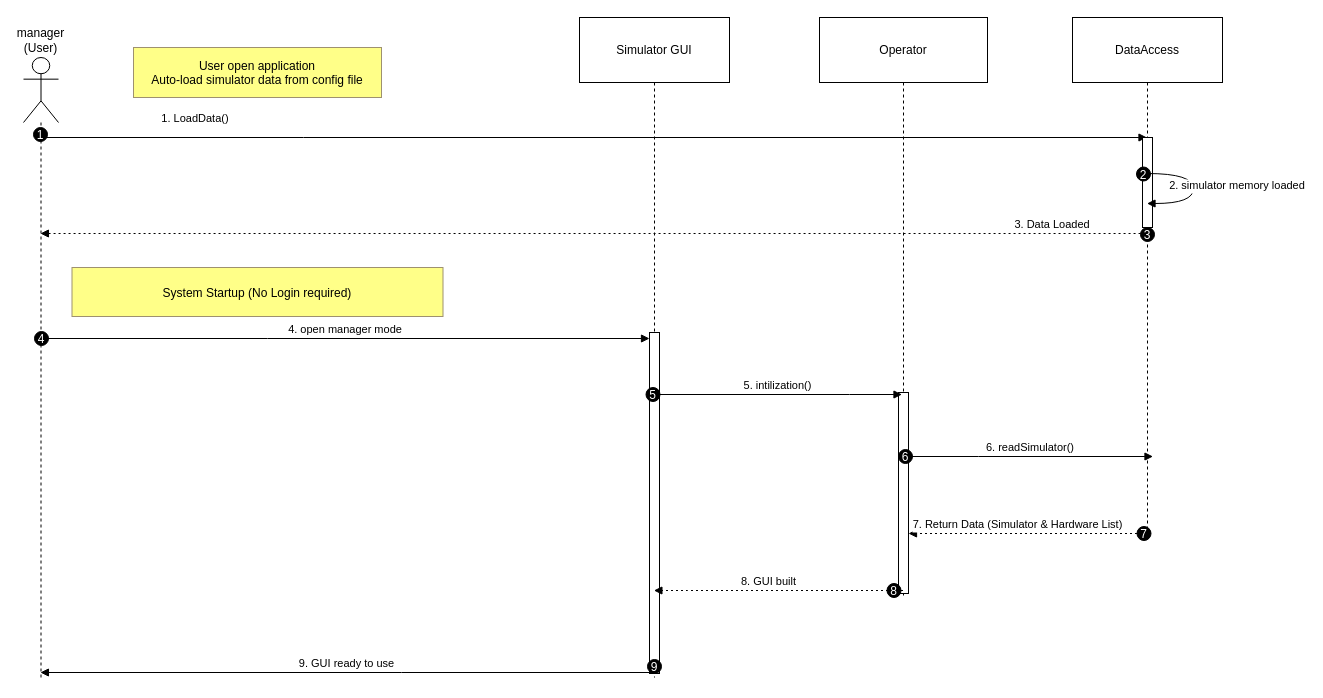
Before: page "Manager_Login_Usecase" (1 of 12) of Usecase2.drawio in EliyaMalka/Drawio, a draw.io diagram. Source tidied: cells renumbered, new cells numbered last; positions are measured from the earlier drawing's top-left corner, leaving out a move shared by most shapes. Both pictures are drawn from the tidied source at 100%, with x=0, y=0 at pixel (23, 17).
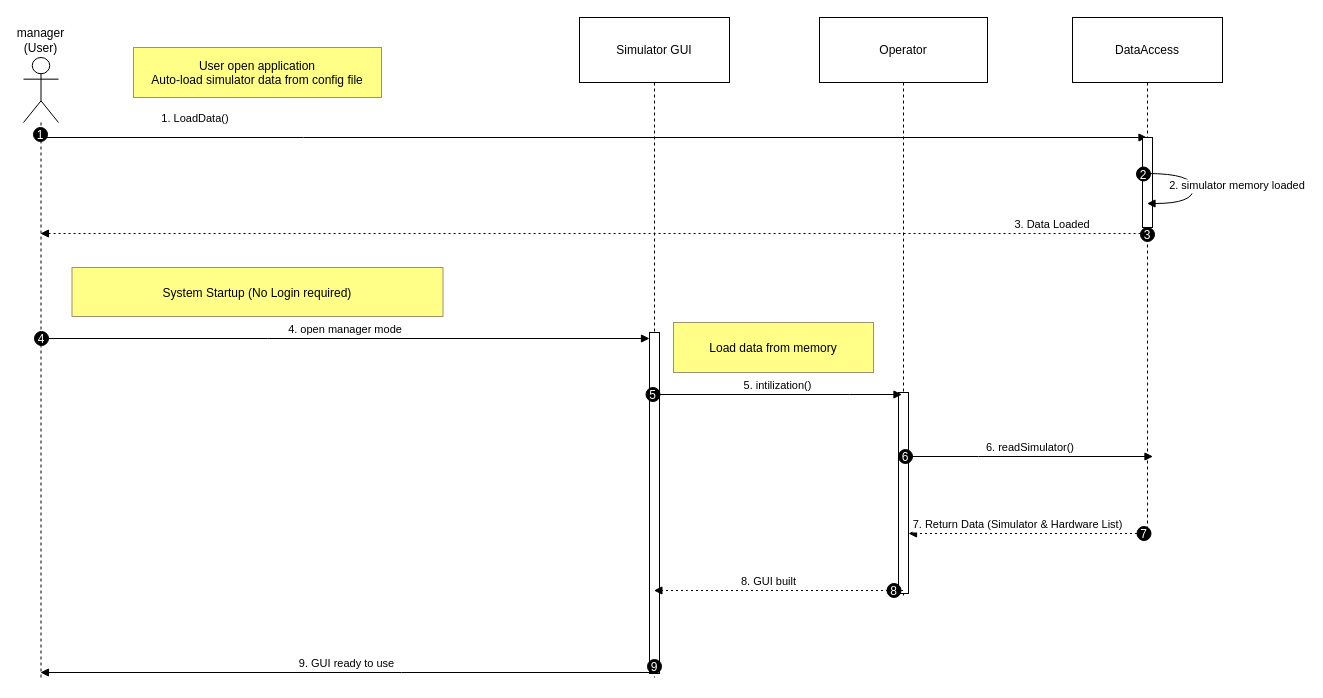
After the change.

The edit, as a diff of the source:
```diff
@@
+    <mxCell id="30" value="Load data from memory" style="fillColor=#ffff88;strokeColor=#9E916F;" parent="1" vertex="1">
+      <mxGeometry x="650" y="305" width="200" height="50" as="geometry" />
+    </mxCell>
```
